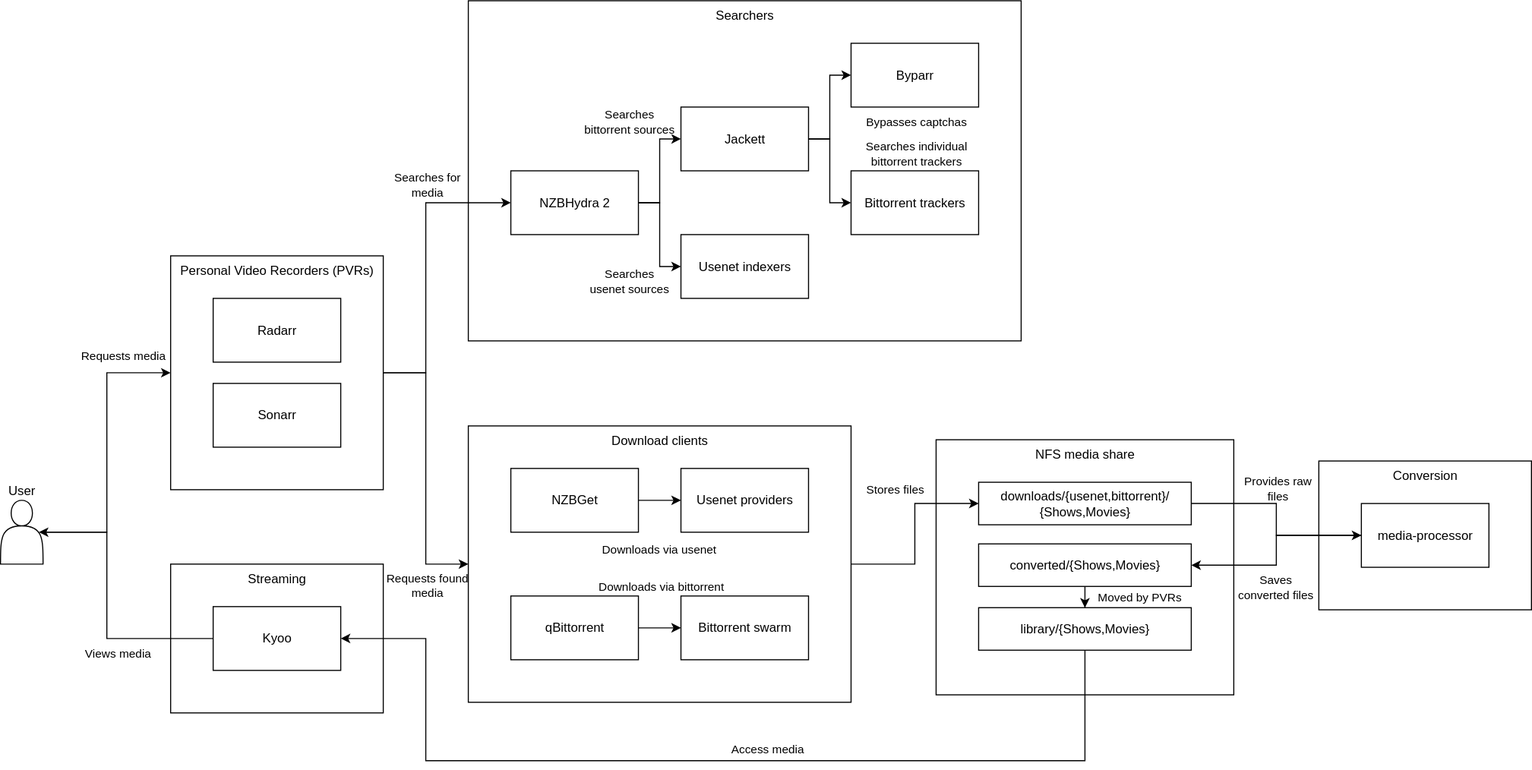
Above: cluster/gitops/media/docs/Media flow.svg in solidDoWant/infra-mk3 (draw.io), before the change. Source tidied: cells renumbered, new cells last; positions are measured from the earlier drawing's top-left corner, leaving out a move shared by most shapes.
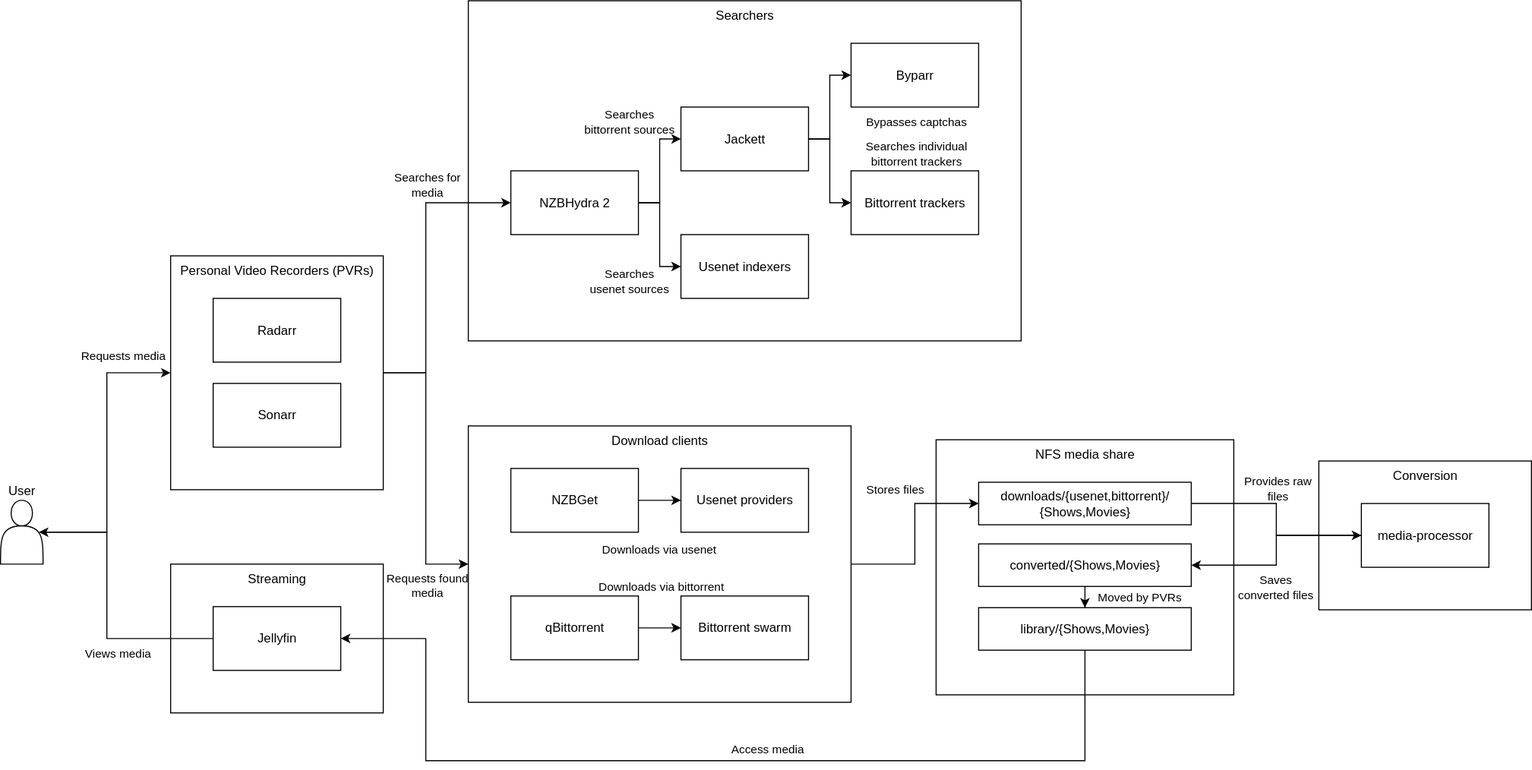
The same file after the commit.

The edit, as a diff of the source:
```diff
@@ -162,7 +162,7 @@
     <mxCell id="47" value="Streaming" style="rounded=0;whiteSpace=wrap;html=1;verticalAlign=top;fillColor=none;labelBackgroundColor=none;" parent="46" vertex="1">
       <mxGeometry width="200" height="140" as="geometry" />
     </mxCell>
-    <mxCell id="48" value="Kyoo" style="rounded=0;whiteSpace=wrap;html=1;labelBackgroundColor=none;fillColor=none;" parent="46" vertex="1">
+    <mxCell id="48" value="Jellyfin" style="rounded=0;whiteSpace=wrap;html=1;labelBackgroundColor=none;fillColor=none;" parent="46" vertex="1">
       <mxGeometry x="40" y="40" width="120" height="60" as="geometry" />
     </mxCell>
     <mxCell id="49" style="group;labelBackgroundColor=none;" parent="1" vertex="1">
```
